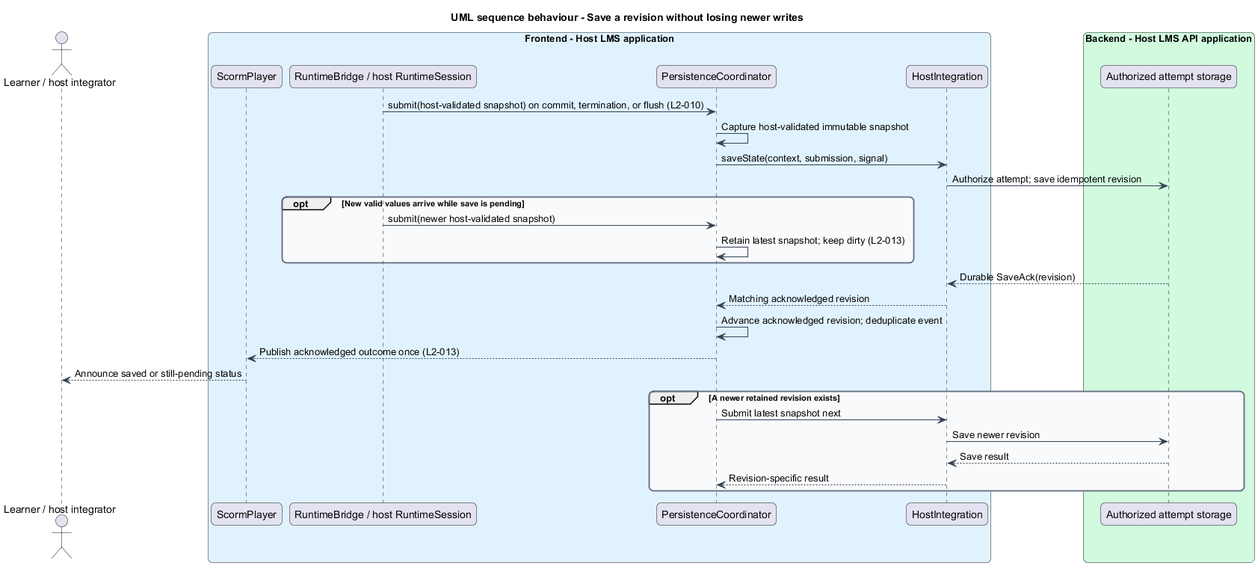
Before: docs/detailed-designs/scorm-player/save-progress/diagrams/sequence-save.png, a diagram exported from PlantUML (QuinntyneBrown/Tessera). Source of this version:
```plantuml
@startuml
title UML sequence behaviour - Save a revision without losing newer writes
skinparam backgroundColor #FFFFFF
skinparam shadowing false
skinparam roundcorner 12
skinparam defaultFontName Arial
skinparam ArrowColor #344054
skinparam rectangle {
  BorderColor #344054
  FontColor #101828
}
skinparam package {
  BorderColor #667085
  FontColor #101828
  BackgroundColor #F9FAFB
}
actor "Learner / host integrator" as actor
box "Frontend - Host LMS application" #E0F2FE
  participant "ScormPlayer" as shell
  participant "RuntimeBridge / host RuntimeSession" as bridge
  participant "PersistenceCoordinator" as core
  participant "HostIntegration" as host
end box
box "Backend - Host LMS API application" #D1FADF
  participant "Authorized attempt storage" as api
end box

bridge -> core : submit(host-validated snapshot) on commit, termination, or flush (L2-010)
core -> core : Capture host-validated immutable snapshot
core -> host : saveState(context, submission, signal)
host -> api : Authorize attempt; save idempotent revision
opt New valid values arrive while save is pending
  bridge -> core : submit(newer host-validated snapshot)
  core -> core : Retain latest snapshot; keep dirty (L2-013)
end
api --> host : Durable SaveAck(revision)
host --> core : Matching acknowledged revision
core -> core : Advance acknowledged revision; deduplicate event
core --> shell : Publish acknowledged outcome once (L2-013)
shell --> actor : Announce saved or still-pending status
opt A newer retained revision exists
  core -> host : Submit latest snapshot next
  host -> api : Save newer revision
  api --> host : Save result
  host --> core : Revision-specific result
end
@enduml
```
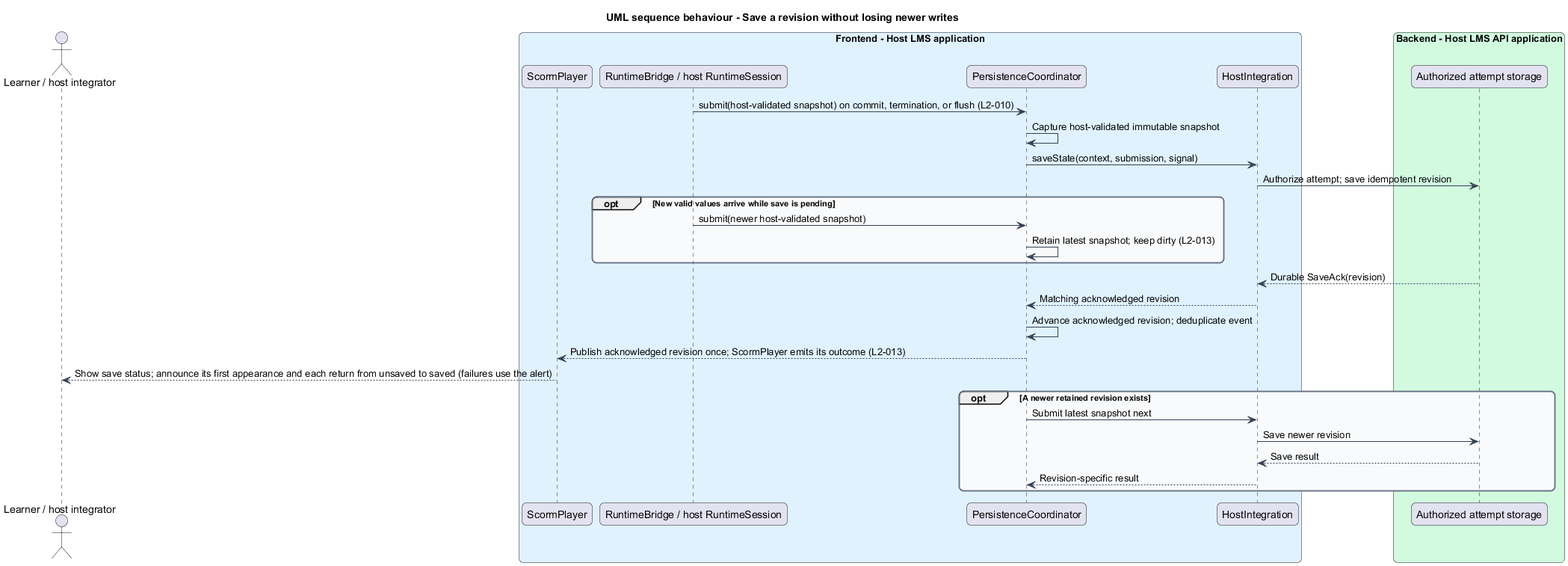
The same diagram one commit later.

What changed in the source:
```diff
@@ -36,8 +36,8 @@
 api --> host : Durable SaveAck(revision)
 host --> core : Matching acknowledged revision
 core -> core : Advance acknowledged revision; deduplicate event
-core --> shell : Publish acknowledged outcome once (L2-013)
-shell --> actor : Announce saved or still-pending status
+core --> shell : Publish acknowledged revision once; ScormPlayer emits its outcome (L2-013)
+shell --> actor : Show save status; announce its first appearance and each return from unsaved to saved (failures use the alert)
 opt A newer retained revision exists
   core -> host : Submit latest snapshot next
   host -> api : Save newer revision
```
